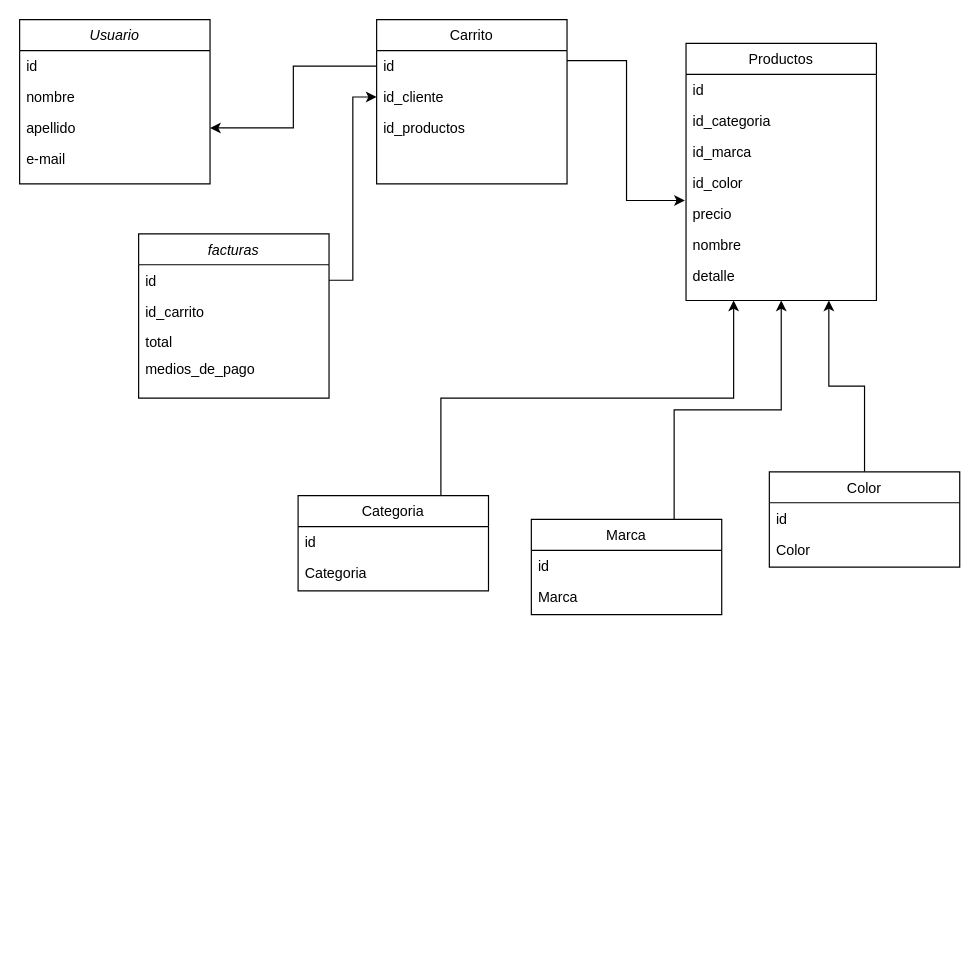
The draw.io diagram website/Untitled Diagram.drawio in Diegotes-DH/grupo_12_Sk8, before the edit. Source tidied: cells renumbered, new cells numbered last; positions are measured from the earlier drawing's top-left corner, leaving out a move shared by most shapes. Both pictures are drawn from the tidied source at 119%, with x=0, y=0 at pixel (19, 19).
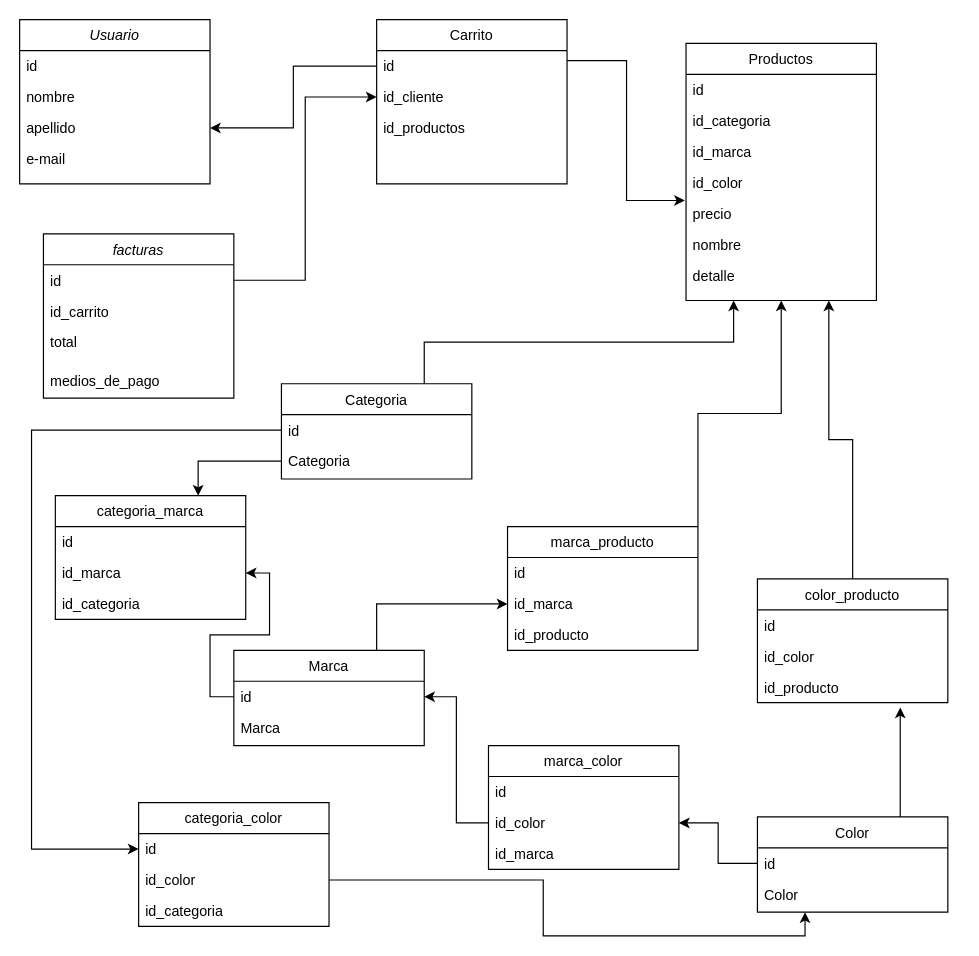
Above is the later version.

Unchanged cells that the change refers to:
```xml
<mxCell id="9" value="id" style="text;align=left;verticalAlign=top;spacingLeft=4;spacingRight=4;overflow=hidden;points=[[0,0.5],[1,0.5]];portConstraint=eastwest;" parent="8" vertex="1">
  <mxGeometry y="26" width="160" height="26" as="geometry" />
</mxCell>
<mxCell id="16" value="Productos" style="swimlane;fontStyle=0;align=center;verticalAlign=top;horizontal=1;startSize=26;rounded=0;shadow=0;strokeWidth=1;" parent="1" vertex="1">
  <mxGeometry x="560" y="20" width="160" height="216" as="geometry" />
</mxCell>
<mxCell id="26" value="id" style="text;align=left;verticalAlign=top;spacingLeft=4;spacingRight=4;overflow=hidden;points=[[0,0.5],[1,0.5]];portConstraint=eastwest;" parent="25" vertex="1">
  <mxGeometry y="26" width="160" height="26" as="geometry" />
</mxCell>
<mxCell id="30" value="id" style="text;align=left;verticalAlign=top;spacingLeft=4;spacingRight=4;overflow=hidden;points=[[0,0.5],[1,0.5]];portConstraint=eastwest;" parent="29" vertex="1">
  <mxGeometry y="26" width="160" height="26" as="geometry" />
</mxCell>
<mxCell id="31" value="Categoria" style="text;align=left;verticalAlign=top;spacingLeft=4;spacingRight=4;overflow=hidden;points=[[0,0.5],[1,0.5]];portConstraint=eastwest;rounded=0;shadow=0;html=0;" parent="29" vertex="1">
  <mxGeometry y="52" width="160" height="26" as="geometry" />
</mxCell>
```

What changed in the source:
```diff
@@
-    <mxCell id="7" style="edgeStyle=orthogonalEdgeStyle;rounded=0;jettySize=auto;html=1;exitX=0.5;exitY=0;exitDx=0;exitDy=0;entryX=0.75;entryY=1;entryDx=0;entryDy=0;" parent="1" edge="1" source="8" target="16">
-      <mxGeometry relative="1" as="geometry" />
-    </mxCell>
+    <mxCell id="39" style="edgeStyle=orthogonalEdgeStyle;rounded=0;jettySize=auto;html=1;exitX=0.75;exitY=0;exitDx=0;exitDy=0;entryX=0.75;entryY=1.154;entryDx=0;entryDy=0;entryPerimeter=0;" parent="1" edge="1" source="8" target="50">
+      <mxGeometry relative="1" as="geometry">
+        <Array as="points">
+          <mxPoint x="740" y="600" />
+          <mxPoint x="740" y="600" />
+        </Array>
+      </mxGeometry>
+    </mxCell>
     <mxCell id="8" value="Color" style="swimlane;fontStyle=0;align=center;verticalAlign=top;horizontal=1;startSize=26;rounded=0;shadow=0;strokeWidth=1;" parent="1" vertex="1">
-      <mxGeometry x="630" y="380" width="160" height="80" as="geometry" />
+      <mxGeometry x="620" y="670" width="160" height="80" as="geometry" />
     </mxCell>
@@
-    <mxCell id="24" style="edgeStyle=orthogonalEdgeStyle;rounded=0;jettySize=auto;html=1;exitX=0.75;exitY=0;exitDx=0;exitDy=0;entryX=0.5;entryY=1;entryDx=0;entryDy=0;" parent="1" edge="1" source="25" target="16">
-      <mxGeometry relative="1" as="geometry" />
-    </mxCell>
+    <mxCell id="40" style="edgeStyle=orthogonalEdgeStyle;rounded=0;jettySize=auto;html=1;exitX=0.75;exitY=0;exitDx=0;exitDy=0;entryX=0;entryY=0.5;entryDx=0;entryDy=0;" parent="1" edge="1" source="25" target="44">
+      <mxGeometry relative="1" as="geometry" />
+    </mxCell>
     <mxCell id="25" value="Marca" style="swimlane;fontStyle=0;align=center;verticalAlign=top;horizontal=1;startSize=26;rounded=0;shadow=0;strokeWidth=1;" parent="1" vertex="1">
-      <mxGeometry x="430" y="420" width="160" height="80" as="geometry" />
+      <mxGeometry x="180" y="530" width="160" height="80" as="geometry" />
     </mxCell>
@@
     <mxCell id="29" value="Categoria" style="swimlane;fontStyle=0;align=center;verticalAlign=top;horizontal=1;startSize=26;rounded=0;shadow=0;strokeWidth=1;" parent="1" vertex="1">
-      <mxGeometry x="234" y="400" width="160" height="80" as="geometry" />
+      <mxGeometry x="220" y="306" width="160" height="80" as="geometry" />
     </mxCell>
@@
     <mxCell id="33" value="facturas" style="swimlane;fontStyle=2;align=center;verticalAlign=top;horizontal=1;startSize=26;rounded=0;shadow=0;strokeWidth=1;" parent="1" vertex="1">
-      <mxGeometry x="100" y="180" width="160" height="138" as="geometry" />
+      <mxGeometry x="20" y="180" width="160" height="138" as="geometry" />
     </mxCell>
@@
     <mxCell id="38" value="medios_de_pago" style="text;align=left;verticalAlign=top;spacingLeft=4;spacingRight=4;overflow=hidden;rounded=0;shadow=0;html=0;" parent="1" vertex="1">
-      <mxGeometry x="100" y="280" width="160" height="26" as="geometry" />
+      <mxGeometry x="20" y="290" width="160" height="26" as="geometry" />
     </mxCell>
+    <mxCell id="41" style="edgeStyle=orthogonalEdgeStyle;rounded=0;jettySize=auto;html=1;exitX=1;exitY=0;exitDx=0;exitDy=0;entryX=0.5;entryY=1;entryDx=0;entryDy=0;" parent="1" edge="1" source="42" target="16">
+      <mxGeometry relative="1" as="geometry" />
+    </mxCell>
+    <mxCell id="42" value="marca_producto" style="swimlane;fontStyle=0;align=center;verticalAlign=top;horizontal=1;startSize=26;rounded=0;shadow=0;strokeWidth=1;" parent="1" vertex="1">
+      <mxGeometry x="410" y="426" width="160" height="104" as="geometry" />
+    </mxCell>
+    <mxCell id="43" value="id" style="text;align=left;verticalAlign=top;spacingLeft=4;spacingRight=4;overflow=hidden;" parent="42" vertex="1">
+      <mxGeometry y="26" width="160" height="26" as="geometry" />
+    </mxCell>
+    <mxCell id="44" value="id_marca" style="text;align=left;verticalAlign=top;spacingLeft=4;spacingRight=4;overflow=hidden;points=[[0,0.5],[1,0.5]];portConstraint=eastwest;" parent="42" vertex="1">
+      <mxGeometry y="52" width="160" height="26" as="geometry" />
+    </mxCell>
+    <mxCell id="45" value="id_producto" style="text;align=left;verticalAlign=top;spacingLeft=4;spacingRight=4;overflow=hidden;" parent="42" vertex="1">
+      <mxGeometry y="78" width="160" height="26" as="geometry" />
+    </mxCell>
+    <mxCell id="46" style="edgeStyle=orthogonalEdgeStyle;rounded=0;jettySize=auto;html=1;exitX=0.5;exitY=0;exitDx=0;exitDy=0;entryX=0.75;entryY=1;entryDx=0;entryDy=0;" parent="1" edge="1" source="47" target="16">
+      <mxGeometry relative="1" as="geometry" />
+    </mxCell>
+    <mxCell id="47" value="color_producto" style="swimlane;fontStyle=0;align=center;verticalAlign=top;horizontal=1;startSize=26;rounded=0;shadow=0;strokeWidth=1;" parent="1" vertex="1">
+      <mxGeometry x="620" y="470" width="160" height="104" as="geometry" />
+    </mxCell>
+    <mxCell id="48" value="id" style="text;align=left;verticalAlign=top;spacingLeft=4;spacingRight=4;overflow=hidden;" parent="47" vertex="1">
+      <mxGeometry y="26" width="160" height="26" as="geometry" />
+    </mxCell>
+    <mxCell id="49" value="id_color" style="text;align=left;verticalAlign=top;spacingLeft=4;spacingRight=4;overflow=hidden;" parent="47" vertex="1">
+      <mxGeometry y="52" width="160" height="26" as="geometry" />
+    </mxCell>
+    <mxCell id="50" value="id_producto" style="text;align=left;verticalAlign=top;spacingLeft=4;spacingRight=4;overflow=hidden;points=[[0,0.5],[1,0.5]];portConstraint=eastwest;" parent="47" vertex="1">
+      <mxGeometry y="78" width="160" height="26" as="geometry" />
+    </mxCell>
+    <mxCell id="51" value="marca_color" style="swimlane;fontStyle=0;align=center;verticalAlign=top;horizontal=1;startSize=26;rounded=0;shadow=0;strokeWidth=1;" parent="1" vertex="1">
+      <mxGeometry x="394" y="610" width="160" height="104" as="geometry" />
+    </mxCell>
+    <mxCell id="52" value="id" style="text;align=left;verticalAlign=top;spacingLeft=4;spacingRight=4;overflow=hidden;" parent="51" vertex="1">
+      <mxGeometry y="26" width="160" height="26" as="geometry" />
+    </mxCell>
+    <mxCell id="53" value="id_color" style="text;align=left;verticalAlign=top;spacingLeft=4;spacingRight=4;overflow=hidden;points=[[0,0.5],[1,0.5]];portConstraint=eastwest;" parent="51" vertex="1">
+      <mxGeometry y="52" width="160" height="26" as="geometry" />
+    </mxCell>
+    <mxCell id="54" value="id_marca" style="text;align=left;verticalAlign=top;spacingLeft=4;spacingRight=4;overflow=hidden;" parent="51" vertex="1">
+      <mxGeometry y="78" width="160" height="26" as="geometry" />
+    </mxCell>
+    <mxCell id="55" style="edgeStyle=orthogonalEdgeStyle;rounded=0;jettySize=auto;html=1;exitX=0;exitY=0.5;exitDx=0;exitDy=0;entryX=1;entryY=0.5;entryDx=0;entryDy=0;" parent="1" edge="1" source="9" target="53">
+      <mxGeometry relative="1" as="geometry" />
+    </mxCell>
+    <mxCell id="56" style="edgeStyle=orthogonalEdgeStyle;rounded=0;jettySize=auto;html=1;exitX=0;exitY=0.5;exitDx=0;exitDy=0;entryX=1;entryY=0.5;entryDx=0;entryDy=0;" parent="1" edge="1" source="53" target="26">
+      <mxGeometry relative="1" as="geometry" />
+    </mxCell>
+    <mxCell id="57" value="categoria_marca" style="swimlane;fontStyle=0;align=center;verticalAlign=top;horizontal=1;startSize=26;rounded=0;shadow=0;strokeWidth=1;" parent="1" vertex="1">
+      <mxGeometry x="30" y="400" width="160" height="104" as="geometry" />
+    </mxCell>
+    <mxCell id="58" value="id" style="text;align=left;verticalAlign=top;spacingLeft=4;spacingRight=4;overflow=hidden;" parent="57" vertex="1">
+      <mxGeometry y="26" width="160" height="26" as="geometry" />
+    </mxCell>
+    <mxCell id="59" value="id_marca" style="text;align=left;verticalAlign=top;spacingLeft=4;spacingRight=4;overflow=hidden;points=[[0,0.5],[1,0.5]];portConstraint=eastwest;" parent="57" vertex="1">
+      <mxGeometry y="52" width="160" height="26" as="geometry" />
+    </mxCell>
+    <mxCell id="60" value="id_categoria" style="text;align=left;verticalAlign=top;spacingLeft=4;spacingRight=4;overflow=hidden;" parent="57" vertex="1">
+      <mxGeometry y="78" width="160" height="26" as="geometry" />
+    </mxCell>
+    <mxCell id="61" style="edgeStyle=orthogonalEdgeStyle;rounded=0;jettySize=auto;html=1;exitX=0;exitY=0.5;exitDx=0;exitDy=0;entryX=1;entryY=0.5;entryDx=0;entryDy=0;" parent="1" edge="1" source="26" target="59">
+      <mxGeometry relative="1" as="geometry" />
+    </mxCell>
+    <mxCell id="62" style="edgeStyle=orthogonalEdgeStyle;rounded=0;jettySize=auto;html=1;exitX=0;exitY=0.5;exitDx=0;exitDy=0;entryX=0.75;entryY=0;entryDx=0;entryDy=0;" parent="1" edge="1" source="31" target="57">
+      <mxGeometry relative="1" as="geometry" />
+    </mxCell>
+    <mxCell id="63" value="categoria_color" style="swimlane;fontStyle=0;align=center;verticalAlign=top;horizontal=1;startSize=26;rounded=0;shadow=0;strokeWidth=1;" parent="1" vertex="1">
+      <mxGeometry x="100" y="658" width="160" height="104" as="geometry" />
+    </mxCell>
+    <mxCell id="64" value="id" style="text;align=left;verticalAlign=top;spacingLeft=4;spacingRight=4;overflow=hidden;points=[[0,0.5],[1,0.5]];portConstraint=eastwest;" parent="63" vertex="1">
+      <mxGeometry y="26" width="160" height="26" as="geometry" />
+    </mxCell>
+    <mxCell id="65" value="id_color" style="text;align=left;verticalAlign=top;spacingLeft=4;spacingRight=4;overflow=hidden;points=[[0,0.5],[1,0.5]];portConstraint=eastwest;" parent="63" vertex="1">
+      <mxGeometry y="52" width="160" height="26" as="geometry" />
+    </mxCell>
+    <mxCell id="66" value="id_categoria" style="text;align=left;verticalAlign=top;spacingLeft=4;spacingRight=4;overflow=hidden;" parent="63" vertex="1">
+      <mxGeometry y="78" width="160" height="26" as="geometry" />
+    </mxCell>
+    <mxCell id="67" style="edgeStyle=orthogonalEdgeStyle;rounded=0;jettySize=auto;html=1;exitX=1;exitY=0.5;exitDx=0;exitDy=0;entryX=0.25;entryY=1;entryDx=0;entryDy=0;" parent="1" edge="1" source="65" target="8">
+      <mxGeometry relative="1" as="geometry" />
+    </mxCell>
+    <mxCell id="68" style="edgeStyle=orthogonalEdgeStyle;rounded=0;jettySize=auto;html=1;exitX=0;exitY=0.5;exitDx=0;exitDy=0;entryX=0;entryY=0.5;entryDx=0;entryDy=0;" parent="1" edge="1" source="30" target="64">
+      <mxGeometry relative="1" as="geometry">
+        <Array as="points">
+          <mxPoint x="10" y="345" />
+          <mxPoint x="10" y="697" />
+        </Array>
+      </mxGeometry>
+    </mxCell>
```
